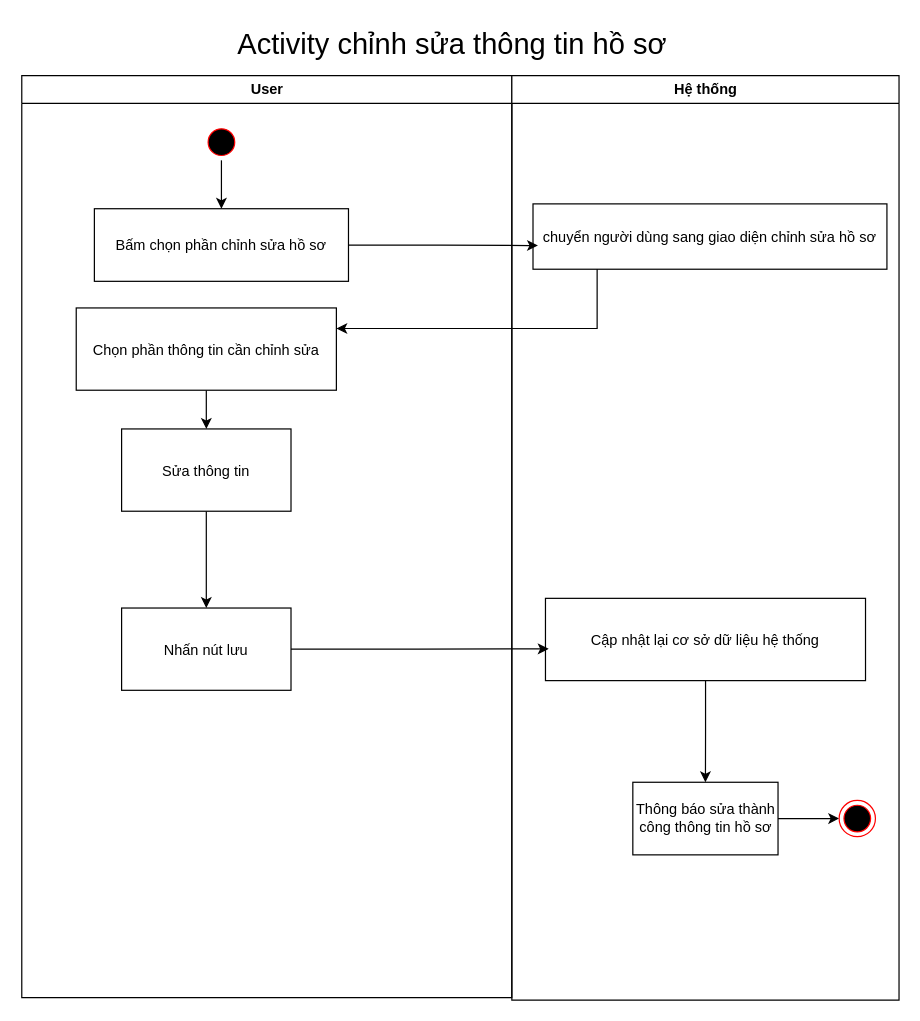
brown2004/PTTKHT-project keeps this draw.io diagram as Activity Diagram/Quản lý tài khoản/activity_suathongtin.drawio. Above is the earlier version. Source tidied: cells renumbered, new cells numbered last; positions are measured from the earlier drawing's top-left corner, leaving out a move shared by most shapes. Both pictures are drawn from the tidied source at 121%, with x=0, y=0 at pixel (21, 21).
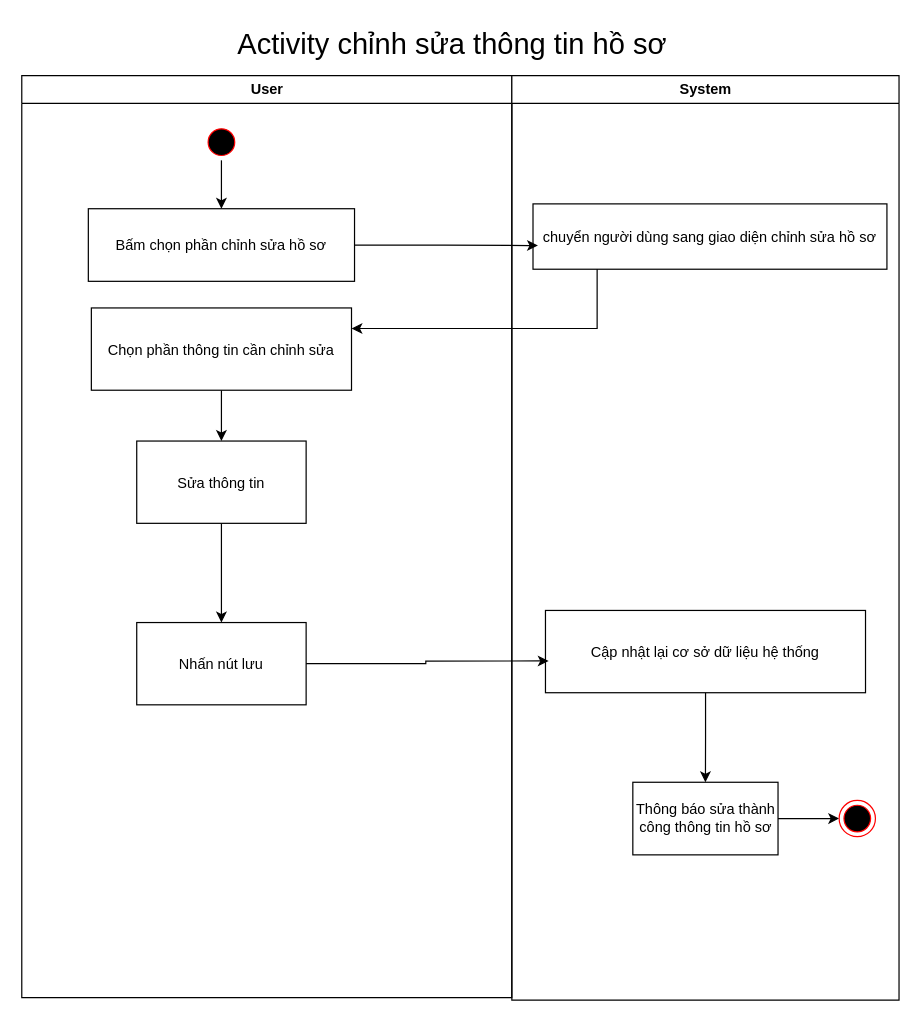
After the change.

Unchanged cells that the change refers to:
```xml
<mxCell id="2" value="User" style="swimlane;whiteSpace=wrap;" parent="1" vertex="1">
  <mxGeometry x="0.5" y="45" width="405" height="762" as="geometry" />
</mxCell>
```

Change to the diagram source:
```diff
@@
     <mxCell id="5" value="Bấm chọn phần chỉnh sửa hồ sơ" parent="2" vertex="1">
-      <mxGeometry x="60" y="110" width="210" height="60" as="geometry" />
+      <mxGeometry x="55" y="110" width="220" height="60" as="geometry" />
     </mxCell>
@@
     <mxCell id="7" value="Chọn phần thông tin cần chỉnh sửa" parent="2" vertex="1">
-      <mxGeometry x="45" y="192" width="215" height="68" as="geometry" />
+      <mxGeometry x="57.5" y="192" width="215" height="68" as="geometry" />
     </mxCell>
@@
     <mxCell id="9" value="Sửa thông tin" parent="2" vertex="1">
-      <mxGeometry x="82.5" y="292" width="140" height="68" as="geometry" />
+      <mxGeometry x="95" y="302" width="140" height="68" as="geometry" />
     </mxCell>
     <mxCell id="10" value="Nhấn nút lưu" parent="2" vertex="1">
-      <mxGeometry x="82.5" y="440" width="140" height="68" as="geometry" />
+      <mxGeometry x="95" y="452" width="140" height="68" as="geometry" />
     </mxCell>
-    <mxCell id="11" value="Hệ thống" style="swimlane;whiteSpace=wrap;" parent="1" vertex="1">
+    <mxCell id="11" value="System" style="swimlane;whiteSpace=wrap;startSize=23;" parent="1" vertex="1">
       <mxGeometry x="405.5" y="45" width="320" height="764" as="geometry" />
     </mxCell>
@@
     <mxCell id="14" value="Cập nhật lại cơ sở dữ liệu hệ thống" parent="11" vertex="1">
-      <mxGeometry x="27.8" y="432" width="264.5" height="68" as="geometry" />
+      <mxGeometry x="27.8" y="442" width="264.5" height="68" as="geometry" />
     </mxCell>
```
